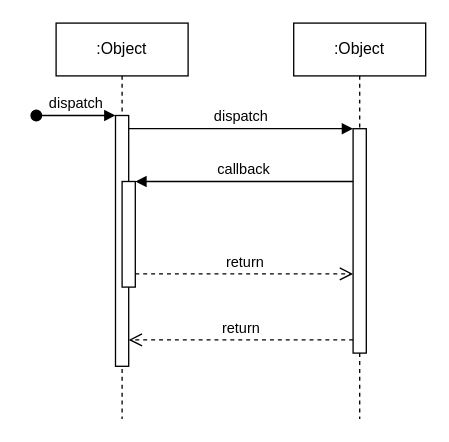
Above: Biểu đồ không có tiêu đề.drawio in duongnguyen17/ERP_136848_20221 (draw.io), before the change. Source tidied: cells renumbered, new cells numbered last; positions are measured from the earlier drawing's top-left corner, leaving out a move shared by most shapes. Both pictures are drawn from the tidied source at 132%, with x=0, y=0 at pixel (36, 22).
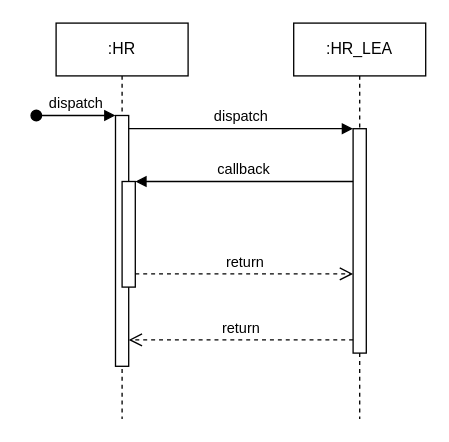
Above is the later version.

Change to the diagram source:
```diff
@@
 <mxGraphModel>
   <root>
     <mxCell id="0" />
     <mxCell id="1" parent="0" />
-    <mxCell id="2" value=":Object" style="shape=umlLifeline;perimeter=lifelinePerimeter;whiteSpace=wrap;html=1;newEdgeStyle={&quot;edgeStyle&quot;:&quot;elbowEdgeStyle&quot;,&quot;elbow&quot;:&quot;vertical&quot;,&quot;curved&quot;:0,&quot;rounded&quot;:0};" parent="1" vertex="1">
+    <mxCell id="2" value=":HR" style="shape=umlLifeline;perimeter=lifelinePerimeter;whiteSpace=wrap;html=1;newEdgeStyle={&quot;edgeStyle&quot;:&quot;elbowEdgeStyle&quot;,&quot;elbow&quot;:&quot;vertical&quot;,&quot;curved&quot;:0,&quot;rounded&quot;:0};" parent="1" vertex="1">
       <mxGeometry x="15" width="100" height="300" as="geometry" />
     </mxCell>
     <mxCell id="3" style="html=1;points=[];perimeter=orthogonalPerimeter;outlineConnect=0;targetShapes=umlLifeline;portConstraint=eastwest;newEdgeStyle={&quot;edgeStyle&quot;:&quot;elbowEdgeStyle&quot;,&quot;elbow&quot;:&quot;vertical&quot;,&quot;curved&quot;:0,&quot;rounded&quot;:0};" parent="2" vertex="1">
       <mxGeometry x="45" y="70" width="10" height="190" as="geometry" />
     </mxCell>
     <mxCell id="4" value="dispatch" style="html=1;verticalAlign=bottom;startArrow=oval;endArrow=block;startSize=8;edgeStyle=elbowEdgeStyle;elbow=vertical;curved=0;rounded=0;" parent="2" edge="1" target="3">
       <mxGeometry relative="1" as="geometry">
         <mxPoint x="-15" y="70" as="sourcePoint" />
       </mxGeometry>
     </mxCell>
     <mxCell id="5" style="html=1;points=[];perimeter=orthogonalPerimeter;outlineConnect=0;targetShapes=umlLifeline;portConstraint=eastwest;newEdgeStyle={&quot;edgeStyle&quot;:&quot;elbowEdgeStyle&quot;,&quot;elbow&quot;:&quot;vertical&quot;,&quot;curved&quot;:0,&quot;rounded&quot;:0};" parent="2" vertex="1">
       <mxGeometry x="50" y="120" width="10" height="80" as="geometry" />
     </mxCell>
-    <mxCell id="6" value=":Object" style="shape=umlLifeline;perimeter=lifelinePerimeter;whiteSpace=wrap;html=1;newEdgeStyle={&quot;edgeStyle&quot;:&quot;elbowEdgeStyle&quot;,&quot;elbow&quot;:&quot;vertical&quot;,&quot;curved&quot;:0,&quot;rounded&quot;:0};" parent="1" vertex="1">
+    <mxCell id="6" value=":HR_LEA" style="shape=umlLifeline;perimeter=lifelinePerimeter;whiteSpace=wrap;html=1;newEdgeStyle={&quot;edgeStyle&quot;:&quot;elbowEdgeStyle&quot;,&quot;elbow&quot;:&quot;vertical&quot;,&quot;curved&quot;:0,&quot;rounded&quot;:0};" parent="1" vertex="1">
       <mxGeometry x="195" width="100" height="300" as="geometry" />
     </mxCell>
     <mxCell id="7" style="html=1;points=[];perimeter=orthogonalPerimeter;outlineConnect=0;targetShapes=umlLifeline;portConstraint=eastwest;newEdgeStyle={&quot;edgeStyle&quot;:&quot;elbowEdgeStyle&quot;,&quot;elbow&quot;:&quot;vertical&quot;,&quot;curved&quot;:0,&quot;rounded&quot;:0};" parent="6" vertex="1">
       <mxGeometry x="45" y="80" width="10" height="170" as="geometry" />
     </mxCell>
     <mxCell id="8" value="dispatch" style="html=1;verticalAlign=bottom;endArrow=block;edgeStyle=elbowEdgeStyle;elbow=vertical;curved=0;rounded=0;" parent="1" edge="1" source="3" target="7">
       <mxGeometry relative="1" as="geometry">
         <Array as="points">
           <mxPoint x="155" y="80" />
         </Array>
       </mxGeometry>
     </mxCell>
     <mxCell id="9" value="return" style="html=1;verticalAlign=bottom;endArrow=open;dashed=1;endSize=8;edgeStyle=elbowEdgeStyle;elbow=vertical;curved=0;rounded=0;" parent="1" edge="1" source="7" target="3">
       <mxGeometry relative="1" as="geometry">
         <Array as="points">
           <mxPoint x="165" y="240" />
         </Array>
       </mxGeometry>
     </mxCell>
     <mxCell id="10" value="callback" style="html=1;verticalAlign=bottom;endArrow=block;edgeStyle=elbowEdgeStyle;elbow=vertical;curved=0;rounded=0;" parent="1" edge="1" source="7" target="5">
       <mxGeometry relative="1" as="geometry">
         <Array as="points">
           <mxPoint x="165" y="120" />
         </Array>
       </mxGeometry>
     </mxCell>
     <mxCell id="11" value="return" style="html=1;verticalAlign=bottom;endArrow=open;dashed=1;endSize=8;edgeStyle=elbowEdgeStyle;elbow=vertical;curved=0;rounded=0;" parent="1" edge="1" source="5" target="7">
       <mxGeometry relative="1" as="geometry">
         <Array as="points">
           <mxPoint x="155" y="190" />
         </Array>
       </mxGeometry>
     </mxCell>
   </root>
 </mxGraphModel>
```
